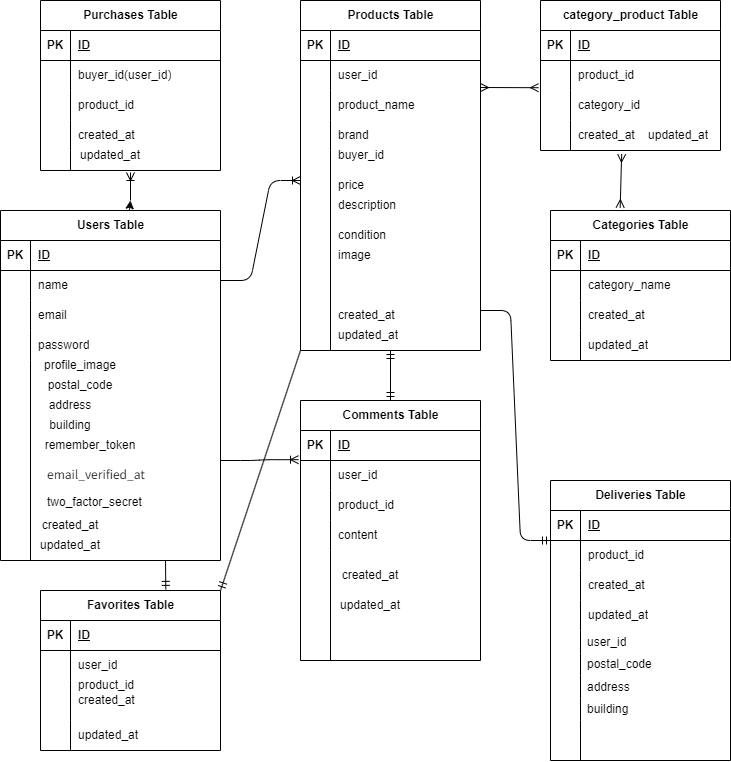
This is src/index.drawio.png from madoka-ichinose/flea-market-application-test, a draw.io export, as it was before one commit. Source tidied: cells renumbered, new cells last; positions are measured from the earlier drawing's top-left corner, leaving out a move shared by most shapes.
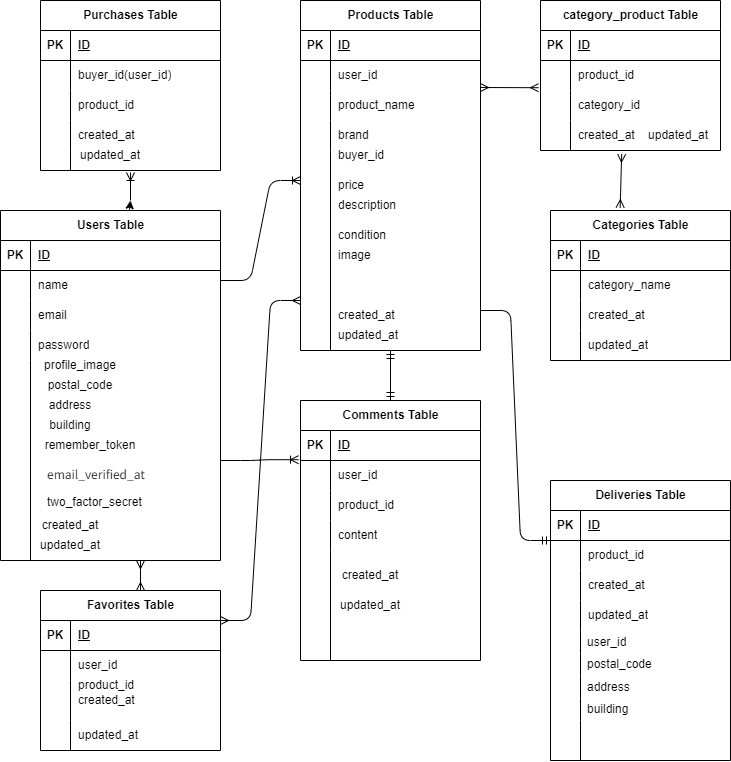
After the change.

What changed in the source:
```diff
@@ -494,12 +494,6 @@
     <mxCell id="156" value="created_at&amp;nbsp; &amp;nbsp; updated_at" style="shape=partialRectangle;fillColor=none;top=0;left=0;bottom=0;right=0;align=left;spacingLeft=6;overflow=hidden;whiteSpace=wrap;html=1;" parent="154" vertex="1">
       <mxGeometry x="30" width="150" height="30" as="geometry" />
     </mxCell>
-    <mxCell id="157" style="fontSize=12;html=1;endArrow=ERmandOne;exitX=0.75;exitY=1;exitDx=0;exitDy=0;entryX=0.696;entryY=-0.007;entryDx=0;entryDy=0;entryPerimeter=0;" parent="1" edge="1" source="3" target="59">
-      <mxGeometry relative="1" as="geometry" />
-    </mxCell>
-    <mxCell id="158" style="fontSize=12;html=1;endArrow=ERmandOne;exitX=0;exitY=1;exitDx=0;exitDy=0;entryX=1;entryY=0;entryDx=0;entryDy=0;" parent="1" edge="1" source="25" target="59">
-      <mxGeometry relative="1" as="geometry" />
-    </mxCell>
     <mxCell id="159" style="edgeStyle=entityRelationEdgeStyle;fontSize=12;html=1;endArrow=ERmandOne;entryX=0;entryY=0;entryDx=0;entryDy=0;entryPerimeter=0;" parent="1" edge="1" target="122">
       <mxGeometry relative="1" as="geometry">
         <mxPoint x="480" y="310" as="sourcePoint" />
@@ -513,5 +507,17 @@
     <mxCell id="161" style="fontSize=12;html=1;endArrow=ERmany;startArrow=ERmany;entryX=0.451;entryY=1.12;entryDx=0;entryDy=0;entryPerimeter=0;exitX=0.387;exitY=-0.019;exitDx=0;exitDy=0;exitPerimeter=0;" parent="1" edge="1" source="45" target="154">
       <mxGeometry relative="1" as="geometry" />
     </mxCell>
+    <mxCell id="162" style="fontSize=12;html=1;endArrow=ERmany;startArrow=ERmany;" parent="1" edge="1">
+      <mxGeometry relative="1" as="geometry">
+        <mxPoint x="140" y="590" as="sourcePoint" />
+        <mxPoint x="140" y="560" as="targetPoint" />
+      </mxGeometry>
+    </mxCell>
+    <mxCell id="163" style="edgeStyle=entityRelationEdgeStyle;fontSize=12;html=1;endArrow=ERmany;startArrow=ERmany;" parent="1" edge="1">
+      <mxGeometry relative="1" as="geometry">
+        <mxPoint x="220" y="620" as="sourcePoint" />
+        <mxPoint x="300" y="300" as="targetPoint" />
+      </mxGeometry>
+    </mxCell>
   </root>
 </mxGraphModel>
```
